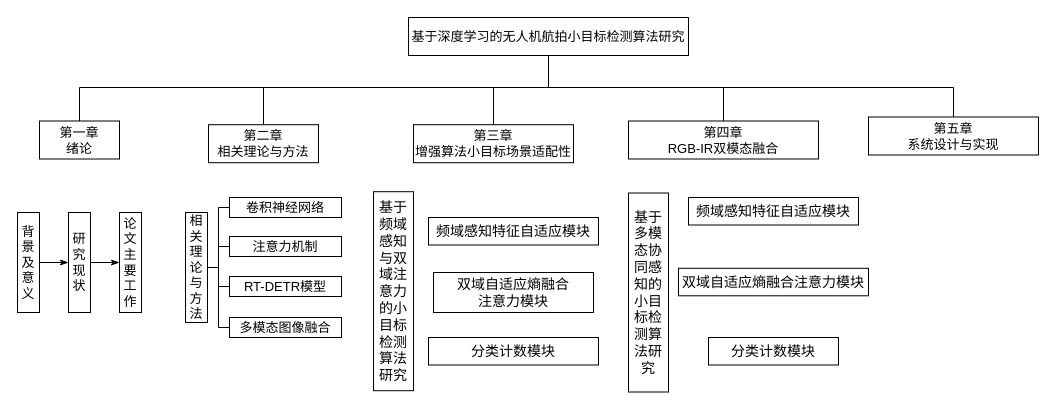
Earlier version of the draw.io diagram DrawIO_file/毕业论文画图/章节安排结构图.drawio (DingDongZz/typera_PicGO). Source tidied: cells renumbered, new cells numbered last; positions are measured from the earlier drawing's top-left corner, leaving out a move shared by most shapes. Both pictures are drawn from the tidied source at 100%, with x=0, y=0 at pixel (17, 17).
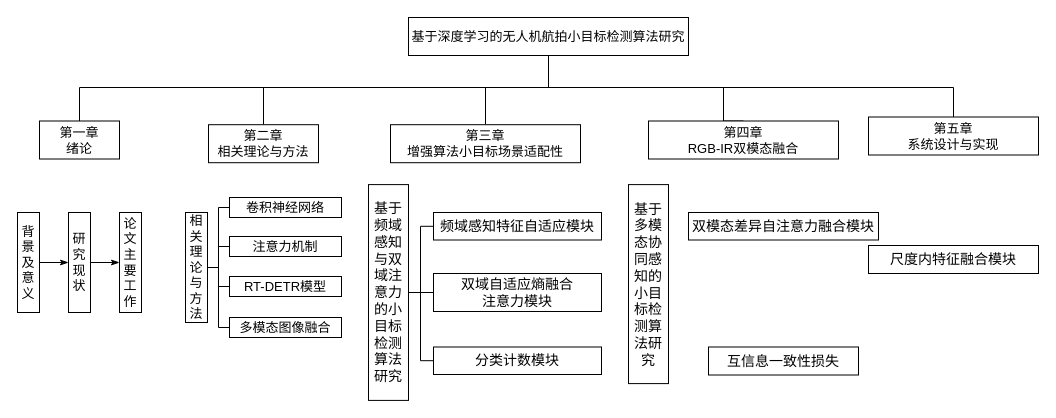
The same diagram, later.

Commit message:
更新章节安排结构图.drawio

Unchanged cells that the change refers to:
```xml
<mxCell id="7" value="基于深度学习的无人机航拍小目标检测算法研究" style="rounded=0;whiteSpace=wrap;html=1;fontFamily=宋体;fontSize=13;" parent="1" vertex="1">
  <mxGeometry x="391" width="280" height="38" as="geometry" />
</mxCell>
```

Change to the diagram source:
```diff
@@
     <mxCell id="3" style="edgeStyle=orthogonalEdgeStyle;shape=connector;rounded=0;jettySize=auto;html=1;entryX=0.5;entryY=0;entryDx=0;entryDy=0;strokeColor=default;align=center;verticalAlign=middle;fontFamily=宋体;fontSize=13;fontColor=default;labelBackgroundColor=default;startFill=0;endArrow=none;" parent="1" edge="1" source="7" target="10">
       <mxGeometry relative="1" as="geometry">
         <Array as="points">
           <mxPoint x="531" y="70" />
-          <mxPoint x="476" y="70" />
+          <mxPoint x="468" y="70" />
         </Array>
       </mxGeometry>
     </mxCell>
@@
     <mxCell id="10" value="第三章&lt;div&gt;增强算法小目标场景适配性&lt;/div&gt;" style="rounded=0;whiteSpace=wrap;html=1;fontFamily=宋体;fontSize=13;" parent="1" vertex="1">
-      <mxGeometry x="396" y="107.2" width="160" height="38" as="geometry" />
+      <mxGeometry x="373" y="107.2" width="190" height="38" as="geometry" />
     </mxCell>
     <mxCell id="11" value="第四章&lt;div&gt;RGB-IR双模态融合&lt;/div&gt;" style="rounded=0;whiteSpace=wrap;html=1;fontFamily=宋体;fontSize=13;" parent="1" vertex="1">
-      <mxGeometry x="611" y="103.5" width="190" height="38" as="geometry" />
+      <mxGeometry x="631" y="103.5" width="190" height="38" as="geometry" />
     </mxCell>
@@
+    <mxCell id="38" style="edgeStyle=orthogonalEdgeStyle;rounded=0;orthogonalLoop=1;jettySize=auto;html=1;entryX=0;entryY=0.5;entryDx=0;entryDy=0;endArrow=none;startFill=0;" parent="1" edge="1">
+      <mxGeometry relative="1" as="geometry">
+        <mxPoint x="396" y="275" as="sourcePoint" />
+        <mxPoint x="418" y="208.8" as="targetPoint" />
+        <Array as="points">
+          <mxPoint x="403" y="275" />
+          <mxPoint x="403" y="209" />
+        </Array>
+      </mxGeometry>
+    </mxCell>
+    <mxCell id="39" style="edgeStyle=orthogonalEdgeStyle;shape=connector;rounded=0;orthogonalLoop=1;jettySize=auto;html=1;entryX=0;entryY=0.5;entryDx=0;entryDy=0;strokeColor=default;align=center;verticalAlign=middle;fontFamily=Helvetica;fontSize=11;fontColor=default;labelBackgroundColor=default;startFill=0;endArrow=none;" parent="1" edge="1">
+      <mxGeometry relative="1" as="geometry">
+        <mxPoint x="398" y="275" as="sourcePoint" />
+        <mxPoint x="418" y="343.2" as="targetPoint" />
+        <Array as="points">
+          <mxPoint x="403" y="275" />
+          <mxPoint x="403" y="343" />
+        </Array>
+      </mxGeometry>
+    </mxCell>
+    <mxCell id="40" style="edgeStyle=orthogonalEdgeStyle;shape=connector;rounded=0;jettySize=auto;html=1;entryX=0;entryY=0.5;entryDx=0;entryDy=0;strokeColor=default;align=center;verticalAlign=middle;fontFamily=Helvetica;fontSize=11;fontColor=default;labelBackgroundColor=default;startFill=0;endArrow=none;" parent="1" edge="1" source="13" target="32">
+      <mxGeometry relative="1" as="geometry" />
+    </mxCell>
     <mxCell id="13" value="&lt;span style=&quot;font-size: 10.5pt;&quot;&gt;基于频域感知与双域注意力的小目标检测算法研究&lt;/span&gt;" style="rounded=0;whiteSpace=wrap;html=1;fontFamily=宋体;fontSize=13;fontColor=default;labelBackgroundColor=default;horizontal=1;verticalAlign=middle;" parent="1" vertex="1">
-      <mxGeometry x="356" y="174.2" width="40" height="199" as="geometry" />
+      <mxGeometry x="351" y="167.1" width="40" height="215.8" as="geometry" />
     </mxCell>
@@
     <mxCell id="31" value="&lt;span style=&quot;font-size: 10.5pt;&quot;&gt;频域感知特征自适应模块&lt;/span&gt;" style="rounded=0;whiteSpace=wrap;html=1;fontFamily=宋体;fontSize=13;fontColor=default;labelBackgroundColor=default;horizontal=1;verticalAlign=middle;" parent="1" vertex="1">
-      <mxGeometry x="411" y="200" width="170" height="27.5" as="geometry" />
+      <mxGeometry x="416" y="195" width="168" height="27.5" as="geometry" />
     </mxCell>
     <mxCell id="32" value="&lt;span style=&quot;font-size: 10.5pt;&quot;&gt;双域自适应熵融合&lt;/span&gt;&lt;div&gt;&lt;span style=&quot;font-size: 10.5pt;&quot;&gt;注意力模块&lt;/span&gt;&lt;/div&gt;" style="rounded=0;whiteSpace=wrap;html=1;fontFamily=宋体;fontSize=13;fontColor=default;labelBackgroundColor=default;horizontal=1;verticalAlign=middle;" parent="1" vertex="1">
-      <mxGeometry x="416" y="255" width="160" height="40" as="geometry" />
+      <mxGeometry x="416" y="256" width="168" height="38" as="geometry" />
     </mxCell>
     <mxCell id="33" value="&lt;span style=&quot;font-size: 10.5pt;&quot;&gt;分类计数模块&lt;/span&gt;" style="rounded=0;whiteSpace=wrap;html=1;fontFamily=宋体;fontSize=13;fontColor=default;labelBackgroundColor=default;horizontal=1;verticalAlign=middle;" parent="1" vertex="1">
-      <mxGeometry x="411" y="320" width="170" height="27.5" as="geometry" />
+      <mxGeometry x="416" y="329.5" width="168" height="27.5" as="geometry" />
     </mxCell>
     <mxCell id="34" value="&lt;span style=&quot;font-size: 10.5pt;&quot;&gt;基于多模态协同感知的小目标检测算法研究&lt;/span&gt;" style="rounded=0;whiteSpace=wrap;html=1;fontFamily=宋体;fontSize=13;fontColor=default;labelBackgroundColor=default;horizontal=1;verticalAlign=middle;" parent="1" vertex="1">
-      <mxGeometry x="611" y="175.5" width="40" height="199" as="geometry" />
+      <mxGeometry x="611" y="167.1" width="40" height="199" as="geometry" />
     </mxCell>
-    <mxCell id="35" value="&lt;span style=&quot;font-size: 10.5pt;&quot;&gt;频域感知特征自适应模块&lt;/span&gt;" style="rounded=0;whiteSpace=wrap;html=1;fontFamily=宋体;fontSize=13;fontColor=default;labelBackgroundColor=default;horizontal=1;verticalAlign=middle;" parent="1" vertex="1">
-      <mxGeometry x="671" y="180" width="170" height="27.5" as="geometry" />
+    <mxCell id="35" value="&lt;span style=&quot;font-size: 10.5pt;&quot;&gt;尺度内特征融合模块&lt;/span&gt;" style="rounded=0;whiteSpace=wrap;html=1;fontFamily=宋体;fontSize=13;fontColor=default;labelBackgroundColor=default;horizontal=1;verticalAlign=middle;" parent="1" vertex="1">
+      <mxGeometry x="851" y="228" width="170" height="28" as="geometry" />
     </mxCell>
-    <mxCell id="36" value="&lt;span style=&quot;font-size: 10.5pt;&quot;&gt;双域自适应熵融合注意力模块&lt;/span&gt;" style="rounded=0;whiteSpace=wrap;html=1;fontFamily=宋体;fontSize=13;fontColor=default;labelBackgroundColor=default;horizontal=1;verticalAlign=middle;" parent="1" vertex="1">
-      <mxGeometry x="661" y="250.8" width="190" height="27.5" as="geometry" />
+    <mxCell id="36" value="&lt;span style=&quot;font-size: 14px;&quot;&gt;双模态差异自注意力融合模块&lt;/span&gt;" style="rounded=0;whiteSpace=wrap;html=1;fontFamily=宋体;fontSize=13;fontColor=default;labelBackgroundColor=default;horizontal=1;verticalAlign=middle;" parent="1" vertex="1">
+      <mxGeometry x="671" y="195" width="190" height="27.5" as="geometry" />
     </mxCell>
-    <mxCell id="37" value="&lt;span style=&quot;font-size: 10.5pt;&quot;&gt;分类计数模块&lt;/span&gt;" style="rounded=0;whiteSpace=wrap;html=1;fontFamily=宋体;fontSize=13;fontColor=default;labelBackgroundColor=default;horizontal=1;verticalAlign=middle;" parent="1" vertex="1">
-      <mxGeometry x="691" y="320" width="130" height="27.5" as="geometry" />
+    <mxCell id="37" value="&lt;span style=&quot;font-size: 14px;&quot;&gt;互信息一致性损失&lt;/span&gt;" style="rounded=0;whiteSpace=wrap;html=1;fontFamily=宋体;fontSize=13;fontColor=default;labelBackgroundColor=default;horizontal=1;verticalAlign=middle;" parent="1" vertex="1">
+      <mxGeometry x="691" y="329.5" width="150" height="28" as="geometry" />
     </mxCell>
```
